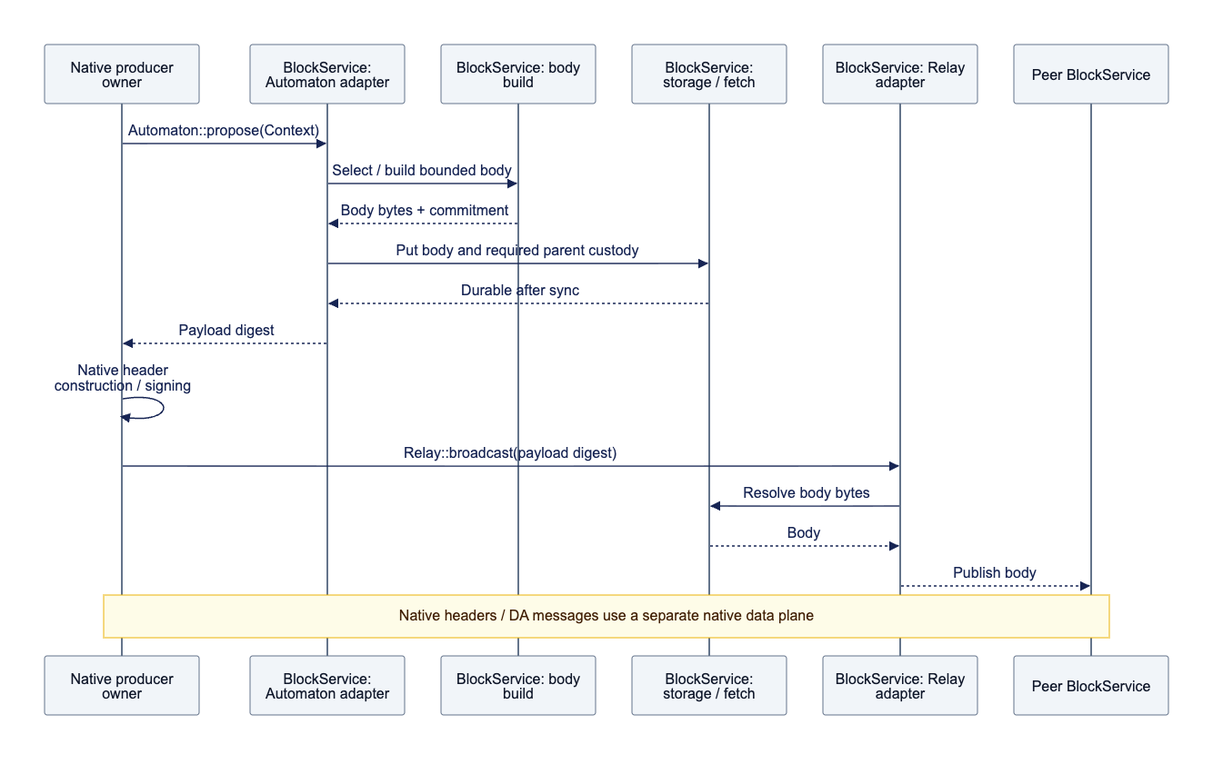
The Mermaid diagram docs/assets/diagrams/diagram-04.png in djm07073/baton-research, before a commit. Its source is kept beside it as docs/assets/diagrams/diagram-04.mmd.
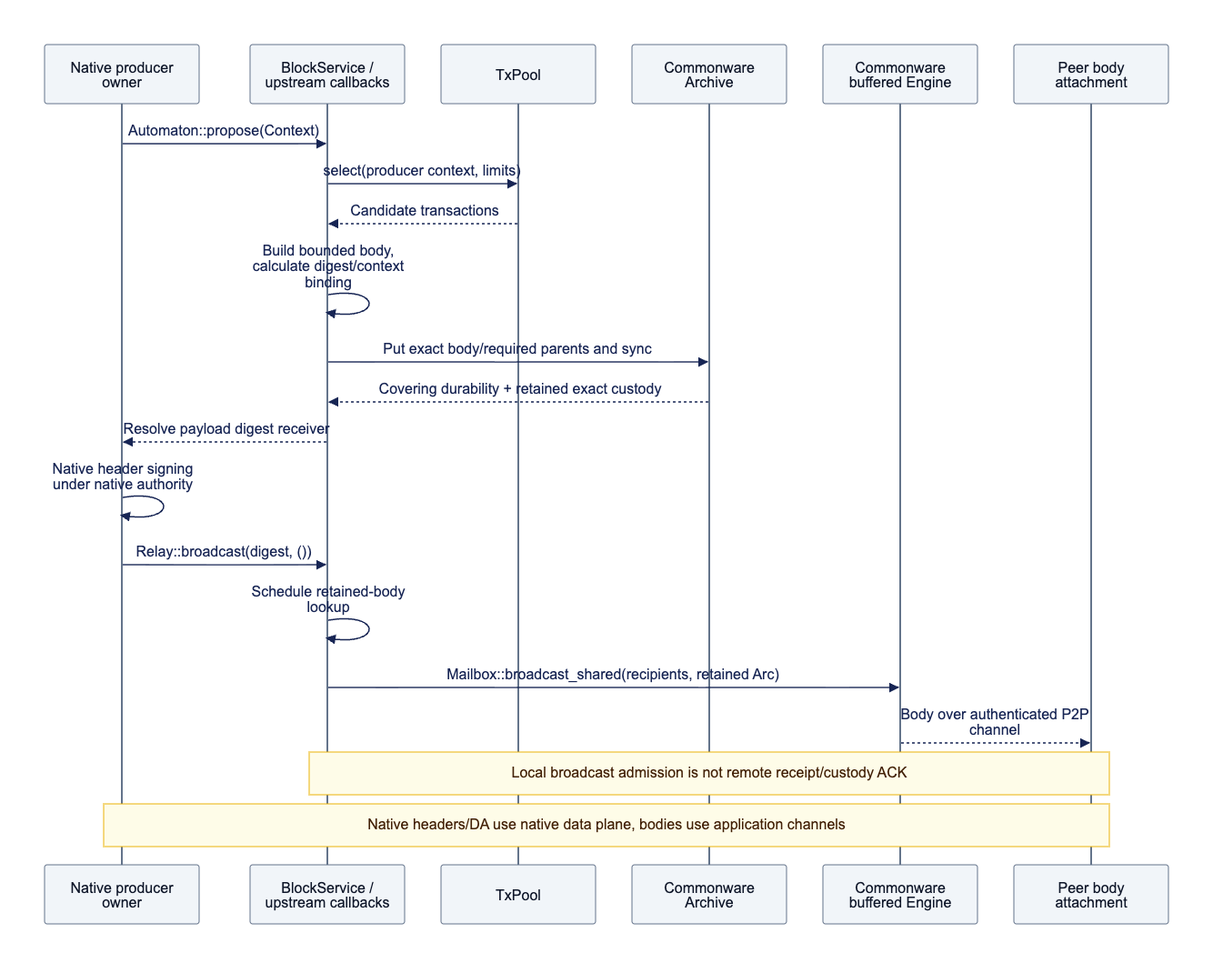
After the change.

What changed in the source:
```diff
@@ -1,19 +1,21 @@
 sequenceDiagram
     participant N as Native producer owner
-    participant A as BlockService: Automaton adapter
-    participant P as BlockService: body build
-    participant S as BlockService: storage / fetch
-    participant R as BlockService: Relay adapter
-    participant V as Peer BlockService
+    participant A as BlockService / upstream callbacks
+    participant T as TxPool
+    participant S as Commonware Archive
+    participant D as Commonware buffered Engine
+    participant V as Peer body attachment
     N->>A: Automaton::propose(Context)
-    A->>P: Select / build bounded body
-    P-->>A: Body bytes + commitment
-    A->>S: Put body and required parent custody
-    S-->>A: Durable after sync
-    A-->>N: Payload digest
-    N->>N: Native header construction / signing
-    N->>R: Relay::broadcast(payload digest)
-    R->>S: Resolve body bytes
-    S-->>R: Body
-    R-->>V: Publish body
-    Note over N,V: Native headers / DA messages use a separate native data plane
+    A->>T: select(producer context, limits)
+    T-->>A: Candidate transactions
+    A->>A: Build bounded body, calculate digest/context binding
+    A->>S: Put exact body/required parents and sync
+    S-->>A: Covering durability + retained exact custody
+    A-->>N: Resolve payload digest receiver
+    N->>N: Native header signing under native authority
+    N->>A: Relay::broadcast(digest, ())
+    A->>A: Schedule retained-body lookup
+    A->>D: Mailbox::broadcast_shared(recipients, retained Arc)
+    D-->>V: Body over authenticated P2P channel
+    Note over A,V: Local broadcast admission is not remote receipt/custody ACK
+    Note over N,V: Native headers/DA use native data plane, bodies use application channels
```
